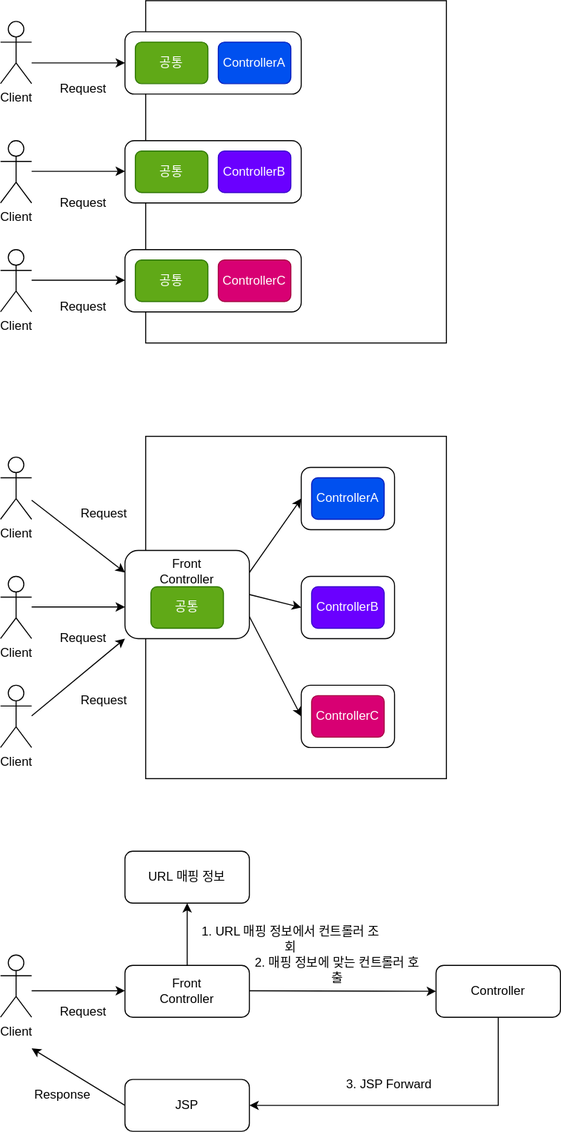
Before: document/myframework/front_controller.svg, a diagram exported from draw.io (roy-zz/mvc). Source tidied: cells renumbered, new cells last; positions are measured from the earlier drawing's top-left corner, leaving out a move shared by most shapes.
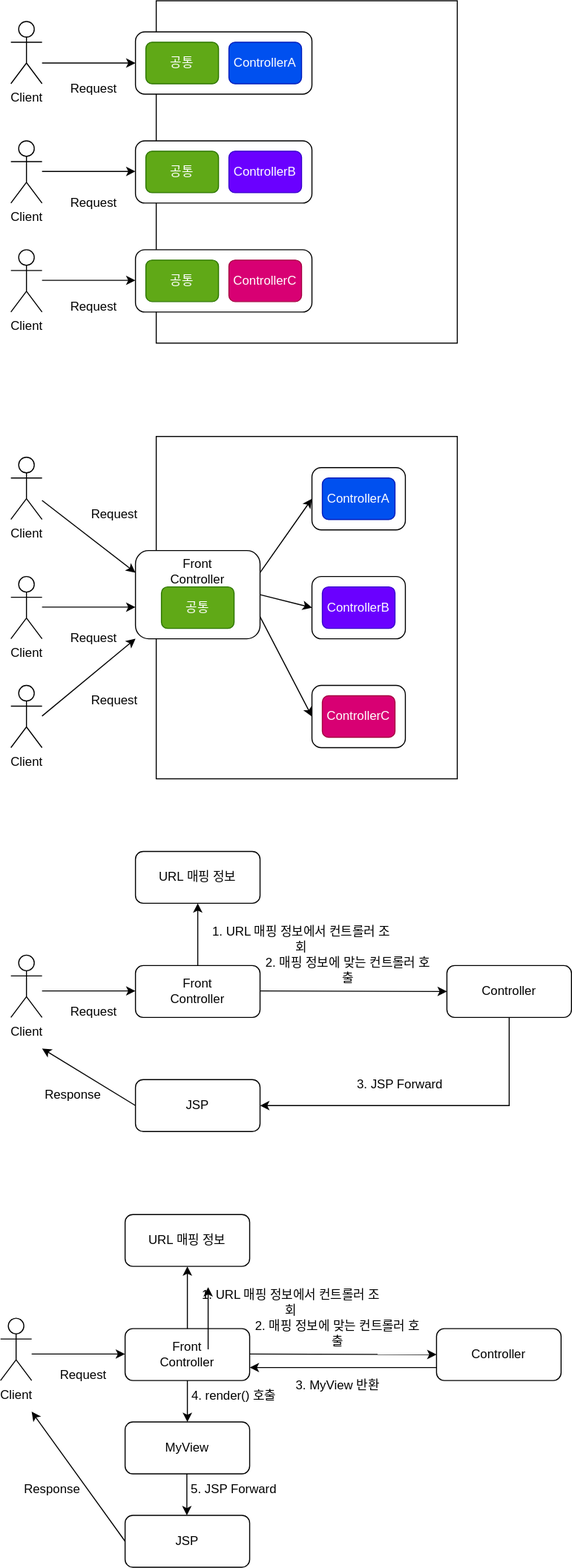
After the commit.

Commit message:
Front Controller Version 2 추가

The edit, as a diff of the source:
```diff
@@ -207,5 +207,97 @@
     <mxCell id="61" value="Response" style="text;html=1;strokeColor=none;fillColor=none;align=center;verticalAlign=middle;whiteSpace=wrap;rounded=0;" parent="1" vertex="1">
       <mxGeometry x="30" y="1040" width="60" height="30" as="geometry" />
     </mxCell>
+    <mxCell id="62" value="Client" style="shape=umlActor;verticalLabelPosition=bottom;verticalAlign=top;html=1;" parent="1" vertex="1">
+      <mxGeometry x="-10" y="1270" width="30" height="60" as="geometry" />
+    </mxCell>
+    <mxCell id="63" style="rounded=1;whiteSpace=wrap;html=1;" parent="1" vertex="1">
+      <mxGeometry x="110" y="1280" width="120" height="50" as="geometry" />
+    </mxCell>
+    <mxCell id="64" value="Front&lt;br&gt;Controller" style="text;html=1;strokeColor=none;fillColor=none;align=center;verticalAlign=middle;whiteSpace=wrap;rounded=0;" parent="1" vertex="1">
+      <mxGeometry x="140" y="1290" width="60" height="30" as="geometry" />
+    </mxCell>
+    <mxCell id="65" style="endArrow=classic;html=1;rounded=0;entryX=0;entryY=0.5;entryDx=0;entryDy=0;" parent="1" edge="1">
+      <mxGeometry relative="1" as="geometry">
+        <mxPoint x="20" y="1304.5" as="sourcePoint" />
+        <mxPoint x="110" y="1304.5" as="targetPoint" />
+      </mxGeometry>
+    </mxCell>
+    <mxCell id="66" value="Request" style="text;html=1;strokeColor=none;fillColor=none;align=center;verticalAlign=middle;whiteSpace=wrap;rounded=0;" parent="1" vertex="1">
+      <mxGeometry x="40" y="1310" width="60" height="30" as="geometry" />
+    </mxCell>
+    <mxCell id="67" style="endArrow=classic;html=1;rounded=0;exitX=0.5;exitY=0;exitDx=0;exitDy=0;entryX=0.5;entryY=1;entryDx=0;entryDy=0;" parent="1" edge="1" source="63" target="68">
+      <mxGeometry relative="1" as="geometry" />
+    </mxCell>
+    <mxCell id="68" style="rounded=1;whiteSpace=wrap;html=1;" parent="1" vertex="1">
+      <mxGeometry x="110" y="1170" width="120" height="50" as="geometry" />
+    </mxCell>
+    <mxCell id="69" value="URL 매핑 정보" style="text;html=1;strokeColor=none;fillColor=none;align=center;verticalAlign=middle;whiteSpace=wrap;rounded=0;" parent="1" vertex="1">
+      <mxGeometry x="110" y="1180" width="120" height="30" as="geometry" />
+    </mxCell>
+    <mxCell id="70" value="1. URL 매핑 정보에서 컨트롤러 조회" style="text;html=1;strokeColor=none;fillColor=none;align=center;verticalAlign=middle;whiteSpace=wrap;rounded=0;" parent="1" vertex="1">
+      <mxGeometry x="180" y="1240" width="180" height="30" as="geometry" />
+    </mxCell>
+    <mxCell id="71" style="endArrow=classic;html=1;rounded=0;" parent="1" edge="1">
+      <mxGeometry relative="1" as="geometry">
+        <mxPoint x="230" y="1304.5" as="sourcePoint" />
+        <mxPoint x="410" y="1305" as="targetPoint" />
+      </mxGeometry>
+    </mxCell>
+    <mxCell id="72" style="rounded=1;whiteSpace=wrap;html=1;" parent="1" vertex="1">
+      <mxGeometry x="410" y="1280" width="120" height="50" as="geometry" />
+    </mxCell>
+    <mxCell id="73" value="2. 매핑 정보에 맞는 컨트롤러 호출" style="text;html=1;strokeColor=none;fillColor=none;align=center;verticalAlign=middle;whiteSpace=wrap;rounded=0;" parent="1" vertex="1">
+      <mxGeometry x="230" y="1270" width="170" height="30" as="geometry" />
+    </mxCell>
+    <mxCell id="74" value="Controller" style="text;html=1;strokeColor=none;fillColor=none;align=center;verticalAlign=middle;whiteSpace=wrap;rounded=0;" parent="1" vertex="1">
+      <mxGeometry x="440" y="1290" width="60" height="30" as="geometry" />
+    </mxCell>
+    <mxCell id="75" style="rounded=1;whiteSpace=wrap;html=1;" parent="1" vertex="1">
+      <mxGeometry x="110" y="1460" width="120" height="50" as="geometry" />
+    </mxCell>
+    <mxCell id="76" value="JSP" style="text;html=1;strokeColor=none;fillColor=none;align=center;verticalAlign=middle;whiteSpace=wrap;rounded=0;" parent="1" vertex="1">
+      <mxGeometry x="140" y="1470" width="60" height="30" as="geometry" />
+    </mxCell>
+    <mxCell id="77" style="endArrow=classic;html=1;rounded=0;exitX=0;exitY=0.5;exitDx=0;exitDy=0;" parent="1" edge="1" source="75">
+      <mxGeometry relative="1" as="geometry">
+        <mxPoint x="20" y="1360" as="targetPoint" />
+      </mxGeometry>
+    </mxCell>
+    <mxCell id="78" value="Response" style="text;html=1;strokeColor=none;fillColor=none;align=center;verticalAlign=middle;whiteSpace=wrap;rounded=0;" parent="1" vertex="1">
+      <mxGeometry x="10" y="1420" width="60" height="30" as="geometry" />
+    </mxCell>
+    <mxCell id="79" style="endArrow=classic;html=1;rounded=0;exitX=0;exitY=0.75;exitDx=0;exitDy=0;entryX=1;entryY=0.75;entryDx=0;entryDy=0;" parent="1" edge="1" source="72" target="63">
+      <mxGeometry relative="1" as="geometry" />
+    </mxCell>
+    <mxCell id="80" value="3. MyView 반환" style="text;html=1;strokeColor=none;fillColor=none;align=center;verticalAlign=middle;whiteSpace=wrap;rounded=0;" parent="1" vertex="1">
+      <mxGeometry x="230" y="1320" width="170" height="30" as="geometry" />
+    </mxCell>
+    <mxCell id="81" style="rounded=1;whiteSpace=wrap;html=1;" parent="1" vertex="1">
+      <mxGeometry x="110" y="1370" width="120" height="50" as="geometry" />
+    </mxCell>
+    <mxCell id="82" value="MyView" style="text;html=1;strokeColor=none;fillColor=none;align=center;verticalAlign=middle;whiteSpace=wrap;rounded=0;" parent="1" vertex="1">
+      <mxGeometry x="140" y="1380" width="60" height="30" as="geometry" />
+    </mxCell>
+    <mxCell id="83" style="endArrow=classic;html=1;rounded=0;exitX=0.5;exitY=1;exitDx=0;exitDy=0;entryX=0.5;entryY=0;entryDx=0;entryDy=0;" parent="1" edge="1" source="63" target="81">
+      <mxGeometry relative="1" as="geometry" />
+    </mxCell>
+    <mxCell id="84" style="endArrow=classic;html=1;rounded=0;exitX=0.5;exitY=0;exitDx=0;exitDy=0;entryX=0.5;entryY=1;entryDx=0;entryDy=0;" parent="1" edge="1">
+      <mxGeometry relative="1" as="geometry">
+        <mxPoint x="190" y="1300" as="sourcePoint" />
+        <mxPoint x="190" y="1240" as="targetPoint" />
+      </mxGeometry>
+    </mxCell>
+    <mxCell id="85" value="4. render() 호출" style="text;html=1;strokeColor=none;fillColor=none;align=center;verticalAlign=middle;whiteSpace=wrap;rounded=0;" parent="1" vertex="1">
+      <mxGeometry x="130" y="1330" width="170" height="30" as="geometry" />
+    </mxCell>
+    <mxCell id="86" style="endArrow=classic;html=1;rounded=0;exitX=0.5;exitY=1;exitDx=0;exitDy=0;entryX=0.5;entryY=0;entryDx=0;entryDy=0;" parent="1" edge="1">
+      <mxGeometry relative="1" as="geometry">
+        <mxPoint x="169.5" y="1420" as="sourcePoint" />
+        <mxPoint x="169.5" y="1460" as="targetPoint" />
+      </mxGeometry>
+    </mxCell>
+    <mxCell id="87" value="5. JSP Forward" style="text;html=1;strokeColor=none;fillColor=none;align=center;verticalAlign=middle;whiteSpace=wrap;rounded=0;" parent="1" vertex="1">
+      <mxGeometry x="130" y="1420" width="170" height="30" as="geometry" />
+    </mxCell>
   </root>
 </mxGraphModel>
```
